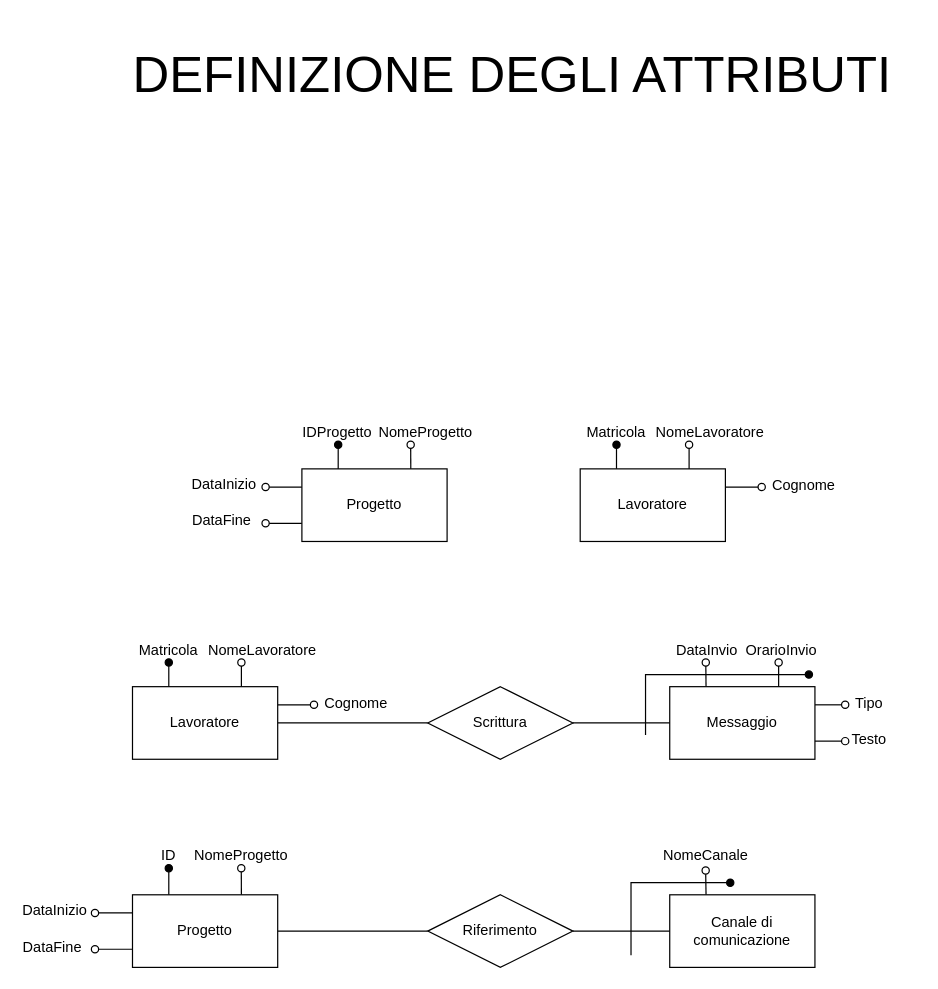
martafra/BD-Chat-Multicanale keeps this draw.io diagram as page "definizione-attributi" (2 of 8) of Relazione/Schema ER/scheletro.drawio. Above is the earlier version. Source tidied: cells renumbered, new cells numbered last; positions are measured from the earlier drawing's top-left corner, leaving out a move shared by most shapes. Both pictures are drawn from the tidied source at 121%, with x=0, y=0 at pixel (21, 21).
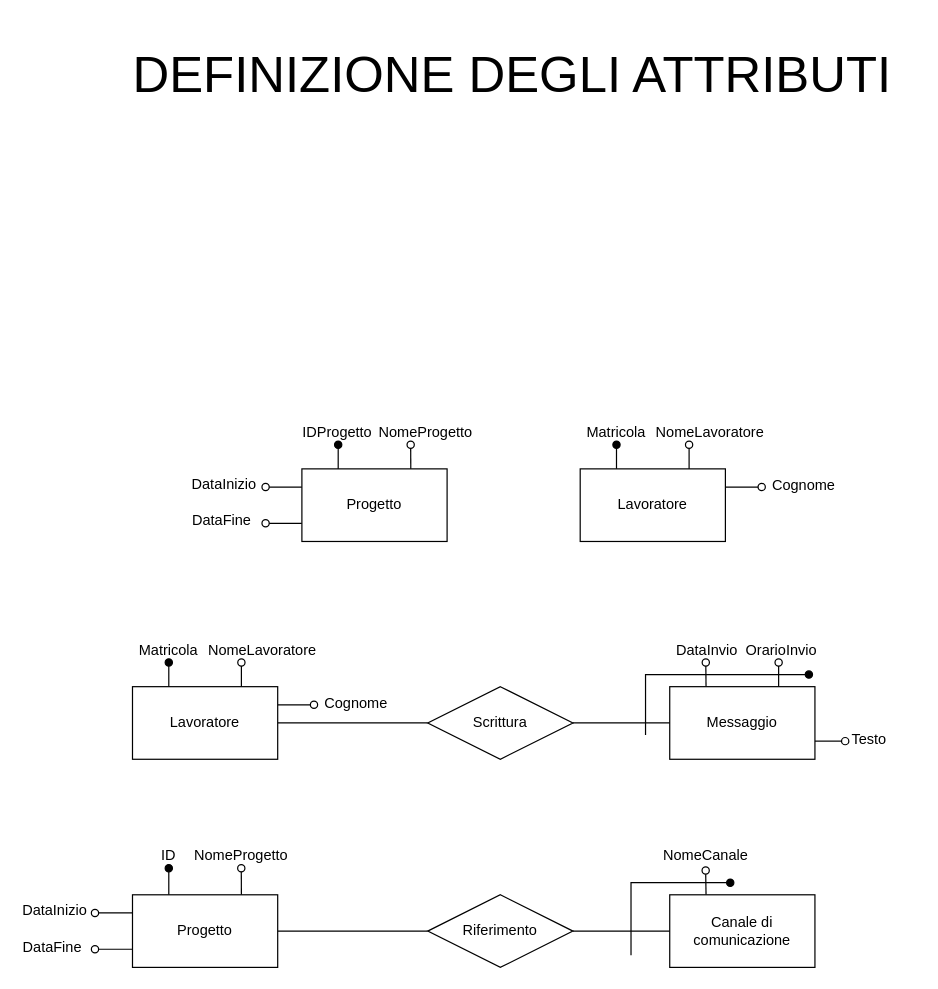
After the change.

The change refers to these unchanged cells:
```xml
<mxCell id="23" value="Messaggio" style="rounded=0;whiteSpace=wrap;html=1;" parent="1" vertex="1">
  <mxGeometry x="536" y="550" width="120" height="60" as="geometry" />
</mxCell>
```

What changed in the source:
```diff
@@
-    <mxCell id="22" style="edgeStyle=orthogonalEdgeStyle;rounded=0;jettySize=auto;html=1;exitX=1;exitY=0.25;exitDx=0;exitDy=0;endArrow=oval;endFill=0;" parent="1" edge="1" source="23">
-      <mxGeometry relative="1" as="geometry">
-        <mxPoint x="681" y="565" as="targetPoint" />
-      </mxGeometry>
-    </mxCell>
@@
-    <mxCell id="52" value="Tipo" style="text;html=1;strokeColor=none;fillColor=none;align=center;verticalAlign=middle;whiteSpace=wrap;rounded=0;" parent="1" vertex="1">
-      <mxGeometry x="681" y="554" width="40" height="20" as="geometry" />
-    </mxCell>
```
